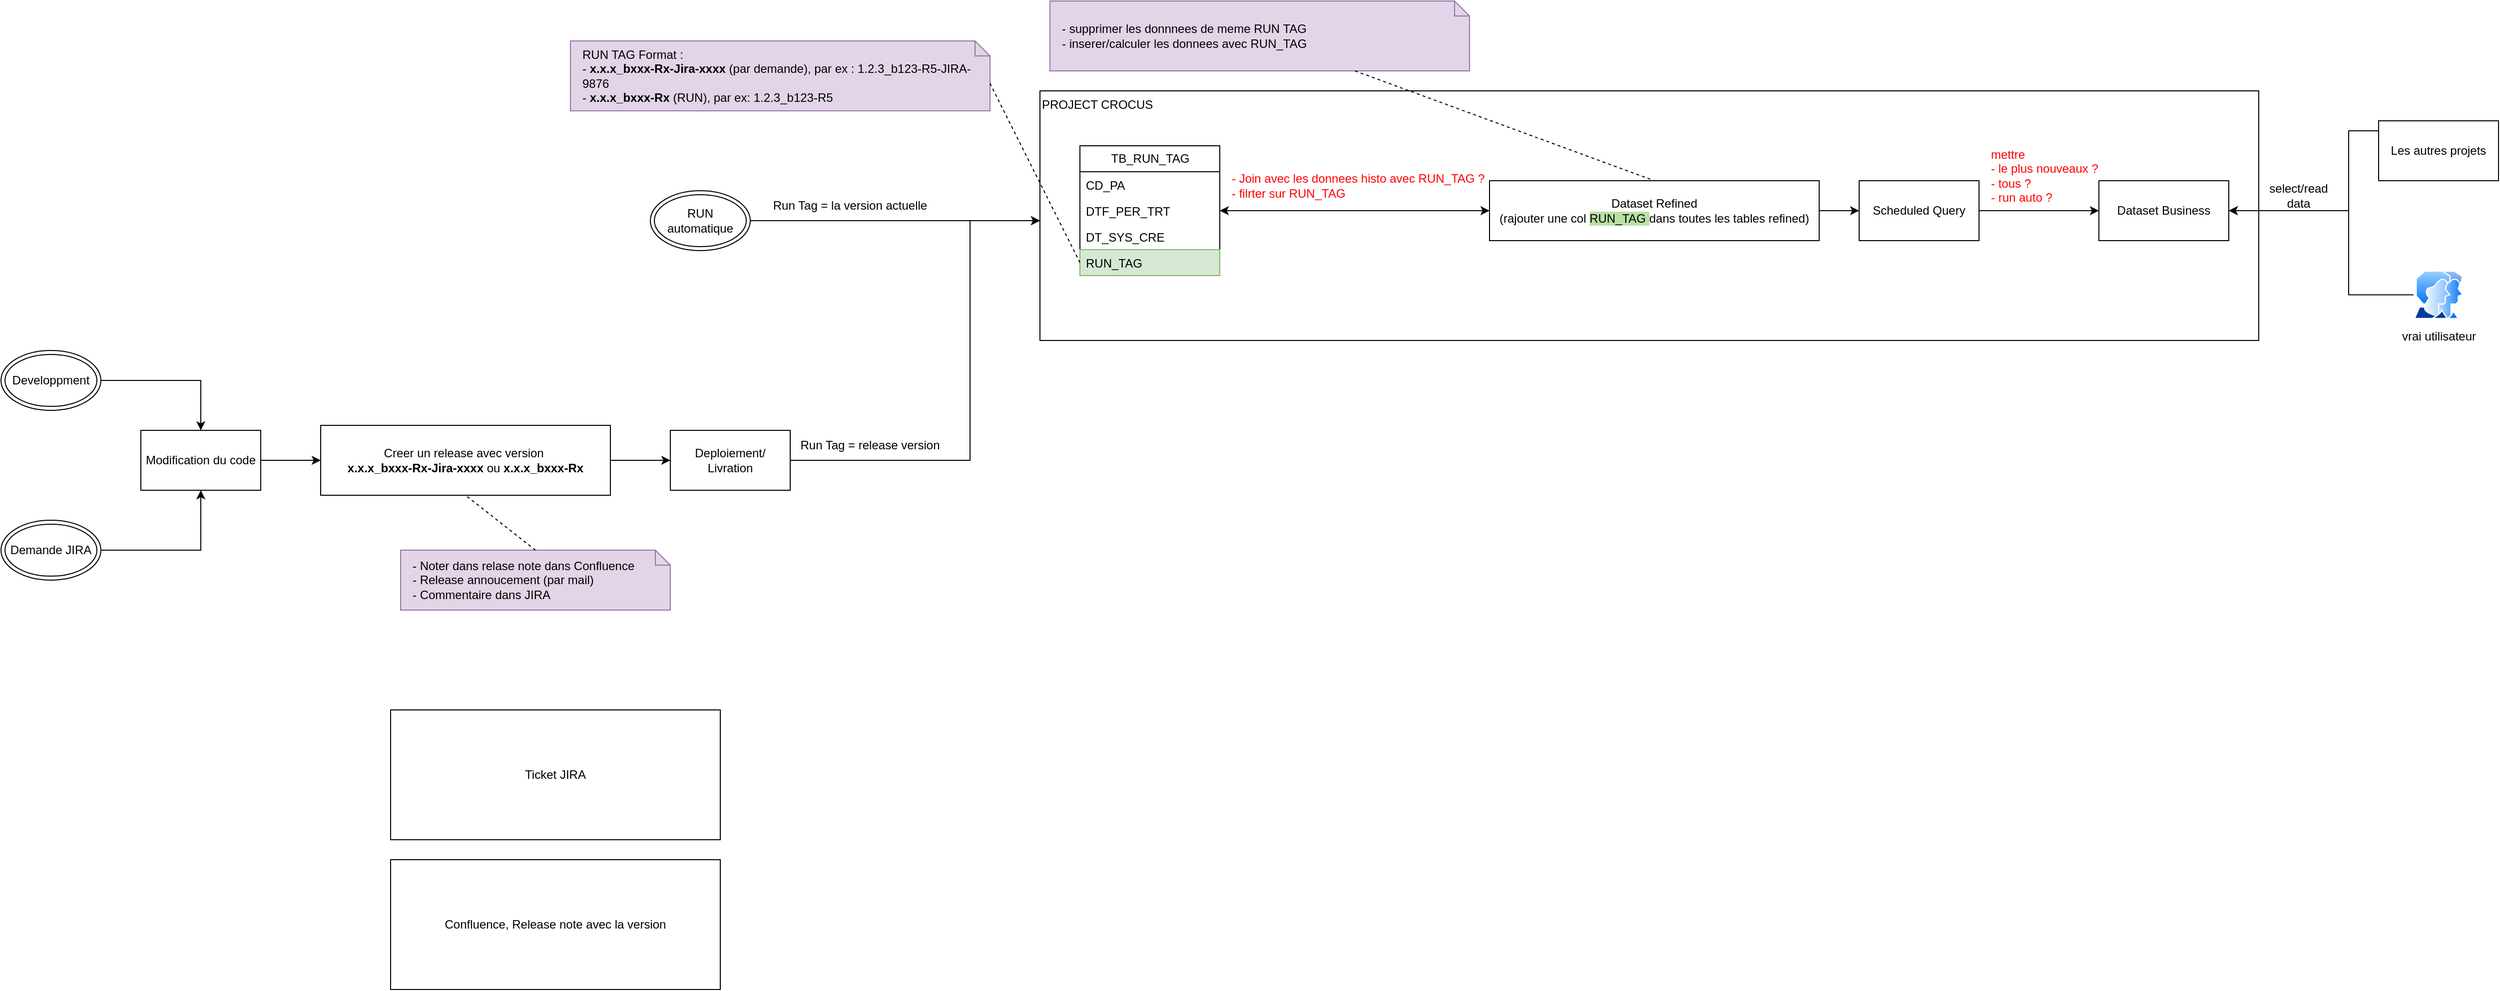
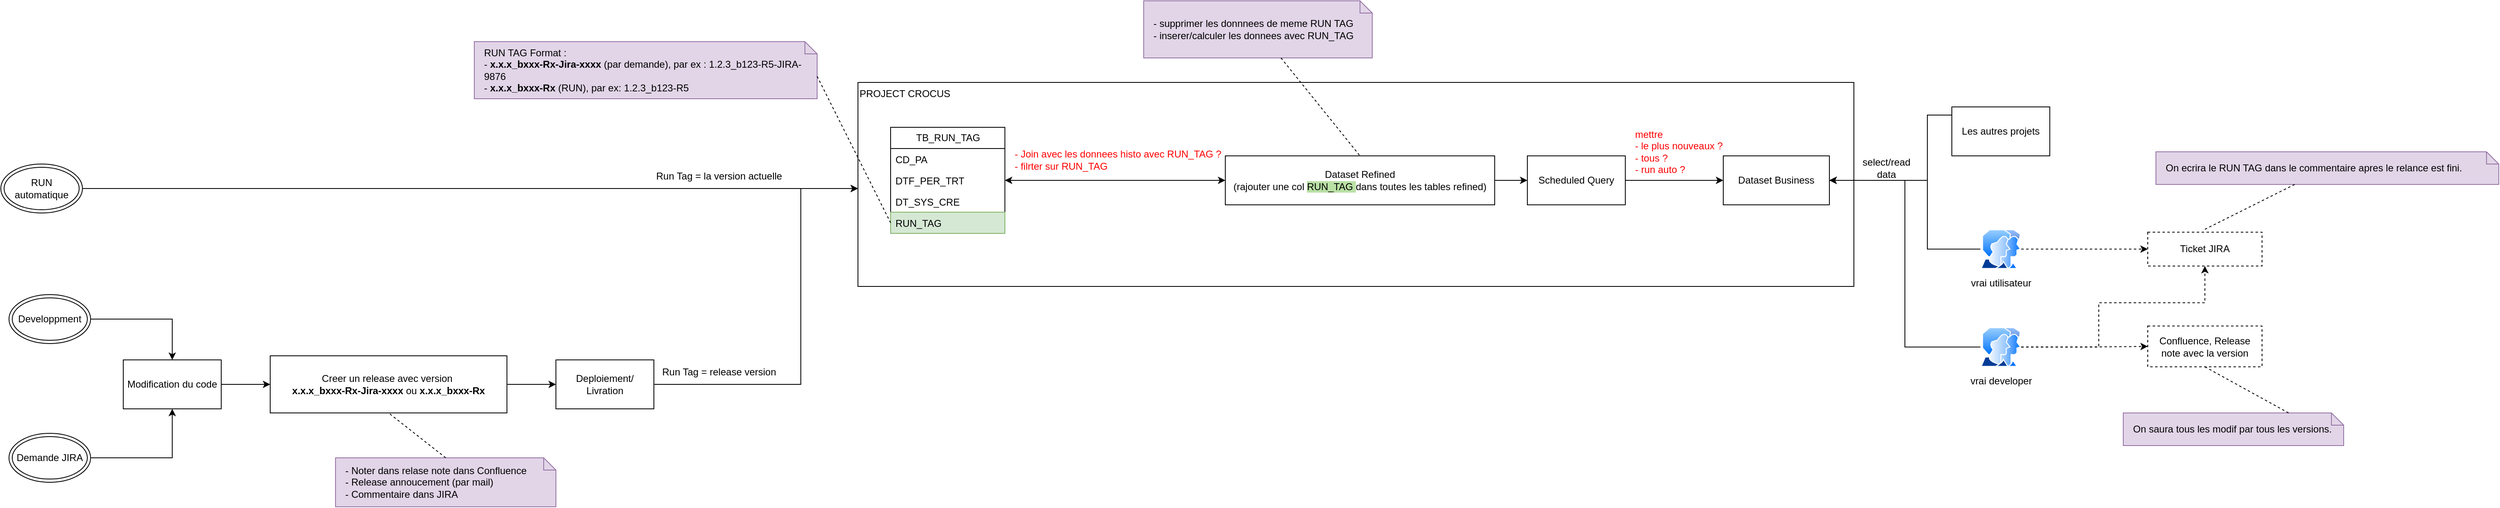
<mxfile host="app.diagrams.net">
  <diagram name="Page-1" id="bEAYSmEDHXBXhFzCy1HB">
-     <mxGraphModel dx="3234" dy="1301" grid="1" gridSize="10" guides="1" tooltips="1" connect="1" arrows="1" fold="1" page="1" pageScale="1" pageWidth="827" pageHeight="1169" math="0" shadow="0">
+     <mxGraphModel dx="2873" dy="1106" grid="1" gridSize="10" guides="1" tooltips="1" connect="1" arrows="1" fold="1" page="1" pageScale="1" pageWidth="827" pageHeight="1169" math="0" shadow="0">
      <root>
        <mxCell id="0" />
        <mxCell id="1" parent="0" />
        <mxCell id="QUzsFoNl6aFI_2ed8XXq-13" parent="1" style="rounded=0;whiteSpace=wrap;html=1;align=left;verticalAlign=top;" value="PROJECT CROCUS" vertex="1">
          <mxGeometry height="250" width="1220" x="380" y="140" as="geometry" />
        </mxCell>
        <mxCell id="QUzsFoNl6aFI_2ed8XXq-1" parent="1" style="swimlane;fontStyle=0;childLayout=stackLayout;horizontal=1;startSize=26;fillColor=none;horizontalStack=0;resizeParent=1;resizeParentMax=0;resizeLast=0;collapsible=1;marginBottom=0;html=1;" value="TB_RUN_TAG" vertex="1">
          <mxGeometry height="130" width="140" x="420" y="195" as="geometry" />
        </mxCell>
        <mxCell id="QUzsFoNl6aFI_2ed8XXq-2" parent="QUzsFoNl6aFI_2ed8XXq-1" style="text;strokeColor=none;fillColor=none;align=left;verticalAlign=top;spacingLeft=4;spacingRight=4;overflow=hidden;rotatable=0;points=[[0,0.5],[1,0.5]];portConstraint=eastwest;whiteSpace=wrap;html=1;" value="CD_PA" vertex="1">
          <mxGeometry height="26" width="140" y="26" as="geometry" />
        </mxCell>
        <mxCell id="QUzsFoNl6aFI_2ed8XXq-3" parent="QUzsFoNl6aFI_2ed8XXq-1" style="text;strokeColor=none;fillColor=none;align=left;verticalAlign=top;spacingLeft=4;spacingRight=4;overflow=hidden;rotatable=0;points=[[0,0.5],[1,0.5]];portConstraint=eastwest;whiteSpace=wrap;html=1;" value="DTF_PER_TRT" vertex="1">
          <mxGeometry height="26" width="140" y="52" as="geometry" />
        </mxCell>
        <mxCell id="QUzsFoNl6aFI_2ed8XXq-4" parent="QUzsFoNl6aFI_2ed8XXq-1" style="text;strokeColor=none;fillColor=none;align=left;verticalAlign=top;spacingLeft=4;spacingRight=4;overflow=hidden;rotatable=0;points=[[0,0.5],[1,0.5]];portConstraint=eastwest;whiteSpace=wrap;html=1;" value="DT_SYS_CRE" vertex="1">
          <mxGeometry height="26" width="140" y="78" as="geometry" />
        </mxCell>
        <mxCell id="QUzsFoNl6aFI_2ed8XXq-5" parent="QUzsFoNl6aFI_2ed8XXq-1" style="text;strokeColor=#82b366;fillColor=#d5e8d4;align=left;verticalAlign=top;spacingLeft=4;spacingRight=4;overflow=hidden;rotatable=0;points=[[0,0.5],[1,0.5]];portConstraint=eastwest;whiteSpace=wrap;html=1;" value="RUN_TAG" vertex="1">
          <mxGeometry height="26" width="140" y="104" as="geometry" />
        </mxCell>
        <mxCell id="QUzsFoNl6aFI_2ed8XXq-7" parent="1" style="shape=note;size=15;align=left;spacingLeft=10;html=1;whiteSpace=wrap;fillColor=#e1d5e7;strokeColor=#9673a6;" value="RUN TAG Format :&amp;nbsp;&lt;div&gt;- &lt;b&gt;x.x.x_bxxx-Rx-Jira-xxxx&lt;/b&gt; (par demande), par ex : 1.2.3_b123-R5-JIRA-9876&lt;/div&gt;&lt;div&gt;-&lt;b&gt; x.x.x_bxxx-Rx&lt;/b&gt; (RUN), par ex: 1.2.3_b123-R5&lt;/div&gt;" vertex="1">
          <mxGeometry height="70" width="420" x="-90" y="90" as="geometry" />
        </mxCell>
        <mxCell id="QUzsFoNl6aFI_2ed8XXq-8" edge="1" parent="1" source="QUzsFoNl6aFI_2ed8XXq-7" style="edgeStyle=none;endArrow=none;exitX=0;exitY=0;dashed=1;html=1;rounded=0;entryX=0;entryY=0.5;entryDx=0;entryDy=0;exitDx=420;exitDy=42.5;exitPerimeter=0;" target="QUzsFoNl6aFI_2ed8XXq-5" value="">
          <mxGeometry relative="1" x="1" as="geometry">
            <mxPoint x="590" y="660" as="targetPoint" />
          </mxGeometry>
        </mxCell>
-         <mxCell id="QUzsFoNl6aFI_2ed8XXq-10" parent="1" style="rounded=0;whiteSpace=wrap;html=1;" value="Confluence, Release note avec la v&lt;span style=&quot;background-color: transparent; color: light-dark(rgb(0, 0, 0), rgb(255, 255, 255));&quot;&gt;ersion&lt;/span&gt;" vertex="1">
-           <mxGeometry height="130" width="330" x="-270" y="910" as="geometry" />
-         </mxCell>
-         <mxCell id="QUzsFoNl6aFI_2ed8XXq-11" parent="1" style="rounded=0;whiteSpace=wrap;html=1;" value="Ticket JIRA" vertex="1">
-           <mxGeometry height="130" width="330" x="-270" y="760" as="geometry" />
+         <mxCell id="QUzsFoNl6aFI_2ed8XXq-10" parent="1" style="rounded=0;whiteSpace=wrap;html=1;dashed=1;" value="Confluence, Release note avec la v&lt;span style=&quot;background-color: transparent; color: light-dark(rgb(0, 0, 0), rgb(255, 255, 255));&quot;&gt;ersion&lt;/span&gt;" vertex="1">
+           <mxGeometry height="50" width="140" x="1960" y="438.5" as="geometry" />
+         </mxCell>
+         <mxCell id="QUzsFoNl6aFI_2ed8XXq-11" parent="1" style="rounded=0;whiteSpace=wrap;html=1;dashed=1;" value="Ticket JIRA" vertex="1">
+           <mxGeometry height="41.5" width="140" x="1960" y="323.5" as="geometry" />
        </mxCell>
        <mxCell id="QUzsFoNl6aFI_2ed8XXq-42" edge="1" parent="1" source="QUzsFoNl6aFI_2ed8XXq-12" style="edgeStyle=orthogonalEdgeStyle;rounded=0;orthogonalLoop=1;jettySize=auto;html=1;entryX=1;entryY=0.5;entryDx=0;entryDy=0;startArrow=classic;startFill=1;" target="QUzsFoNl6aFI_2ed8XXq-3">
          <mxGeometry relative="1" as="geometry" />
        </mxCell>
        <mxCell id="QUzsFoNl6aFI_2ed8XXq-50" edge="1" parent="1" source="QUzsFoNl6aFI_2ed8XXq-12" style="edgeStyle=orthogonalEdgeStyle;rounded=0;orthogonalLoop=1;jettySize=auto;html=1;" target="QUzsFoNl6aFI_2ed8XXq-46">
          <mxGeometry relative="1" as="geometry">
            <Array as="points" />
          </mxGeometry>
        </mxCell>
        <mxCell id="QUzsFoNl6aFI_2ed8XXq-12" parent="1" style="rounded=0;whiteSpace=wrap;html=1;" value="Dataset Refined&lt;div&gt;(rajouter une col &lt;span style=&quot;background-color: rgb(185, 224, 165);&quot;&gt;RUN_TAG &lt;/span&gt;dans toutes les tables refined)&lt;/div&gt;" vertex="1">
          <mxGeometry height="60" width="330" x="830" y="230" as="geometry" />
        </mxCell>
        <mxCell id="QUzsFoNl6aFI_2ed8XXq-27" edge="1" parent="1" source="QUzsFoNl6aFI_2ed8XXq-33" style="edgeStyle=orthogonalEdgeStyle;rounded=0;orthogonalLoop=1;jettySize=auto;html=1;entryX=0.5;entryY=0;entryDx=0;entryDy=0;" target="QUzsFoNl6aFI_2ed8XXq-23">
          <mxGeometry relative="1" as="geometry">
            <mxPoint x="-760" y="325" as="sourcePoint" />
          </mxGeometry>
        </mxCell>
        <mxCell id="QUzsFoNl6aFI_2ed8XXq-29" edge="1" parent="1" source="QUzsFoNl6aFI_2ed8XXq-34" style="edgeStyle=orthogonalEdgeStyle;rounded=0;orthogonalLoop=1;jettySize=auto;html=1;entryX=0.5;entryY=1;entryDx=0;entryDy=0;" target="QUzsFoNl6aFI_2ed8XXq-23">
          <mxGeometry relative="1" as="geometry">
            <mxPoint x="-820" y="785" as="sourcePoint" />
          </mxGeometry>
        </mxCell>
        <mxCell id="QUzsFoNl6aFI_2ed8XXq-19" parent="1" style="text;html=1;whiteSpace=wrap;strokeColor=none;fillColor=none;align=center;verticalAlign=middle;rounded=0;" value="Run Tag = la version actuelle" vertex="1">
-           <mxGeometry height="30" width="200" x="90" y="240" as="geometry" />
+           <mxGeometry height="30" width="200" x="110" y="240" as="geometry" />
        </mxCell>
        <mxCell id="QUzsFoNl6aFI_2ed8XXq-28" edge="1" parent="1" source="QUzsFoNl6aFI_2ed8XXq-23" style="edgeStyle=orthogonalEdgeStyle;rounded=0;orthogonalLoop=1;jettySize=auto;html=1;" target="QUzsFoNl6aFI_2ed8XXq-25">
          <mxGeometry relative="1" as="geometry" />
        </mxCell>
        <mxCell id="QUzsFoNl6aFI_2ed8XXq-23" parent="1" style="rounded=0;whiteSpace=wrap;html=1;" value="Modification du code" vertex="1">
          <mxGeometry height="60" width="120" x="-520" y="480" as="geometry" />
        </mxCell>
        <mxCell id="QUzsFoNl6aFI_2ed8XXq-31" edge="1" parent="1" source="QUzsFoNl6aFI_2ed8XXq-24" style="edgeStyle=orthogonalEdgeStyle;rounded=0;orthogonalLoop=1;jettySize=auto;html=1;" target="QUzsFoNl6aFI_2ed8XXq-13">
          <mxGeometry relative="1" as="geometry">
            <Array as="points">
              <mxPoint x="310" y="510" />
              <mxPoint x="310" y="270" />
            </Array>
          </mxGeometry>
        </mxCell>
        <mxCell id="QUzsFoNl6aFI_2ed8XXq-24" parent="1" style="rounded=0;whiteSpace=wrap;html=1;" value="Deploiement/ Livration" vertex="1">
          <mxGeometry height="60" width="120" x="10" y="480" as="geometry" />
        </mxCell>
        <mxCell id="QUzsFoNl6aFI_2ed8XXq-30" edge="1" parent="1" source="QUzsFoNl6aFI_2ed8XXq-25" style="edgeStyle=orthogonalEdgeStyle;rounded=0;orthogonalLoop=1;jettySize=auto;html=1;entryX=0;entryY=0.5;entryDx=0;entryDy=0;" target="QUzsFoNl6aFI_2ed8XXq-24">
          <mxGeometry relative="1" as="geometry" />
        </mxCell>
        <mxCell id="QUzsFoNl6aFI_2ed8XXq-25" parent="1" style="rounded=0;whiteSpace=wrap;html=1;" value="Creer un release avec version&amp;nbsp;&lt;div&gt;&lt;span style=&quot;text-align: left;&quot;&gt;&lt;b&gt;x.x.x_bxxx-Rx-Jira-xxxx&lt;/b&gt; ou&amp;nbsp;&lt;/span&gt;&lt;span style=&quot;text-align: left;&quot;&gt;&lt;b&gt;x.x.x_bxxx-Rx&lt;/b&gt;&lt;/span&gt;&lt;/div&gt;" vertex="1">
          <mxGeometry height="70" width="290" x="-340" y="475" as="geometry" />
        </mxCell>
        <mxCell id="QUzsFoNl6aFI_2ed8XXq-33" parent="1" style="ellipse;shape=doubleEllipse;whiteSpace=wrap;html=1;" value="Developpment" vertex="1">
          <mxGeometry height="60" width="100" x="-660" y="400" as="geometry" />
        </mxCell>
        <mxCell id="QUzsFoNl6aFI_2ed8XXq-34" parent="1" style="ellipse;shape=doubleEllipse;whiteSpace=wrap;html=1;" value="Demande JIRA" vertex="1">
          <mxGeometry height="60" width="100" x="-660" y="570" as="geometry" />
        </mxCell>
        <mxCell id="QUzsFoNl6aFI_2ed8XXq-36" edge="1" parent="1" source="QUzsFoNl6aFI_2ed8XXq-35" style="edgeStyle=orthogonalEdgeStyle;rounded=0;orthogonalLoop=1;jettySize=auto;html=1;" target="QUzsFoNl6aFI_2ed8XXq-13">
          <mxGeometry relative="1" as="geometry">
            <Array as="points">
              <mxPoint x="40" y="270" />
              <mxPoint x="40" y="270" />
            </Array>
          </mxGeometry>
        </mxCell>
        <mxCell id="QUzsFoNl6aFI_2ed8XXq-35" parent="1" style="ellipse;shape=doubleEllipse;whiteSpace=wrap;html=1;" value="RUN automatique" vertex="1">
-           <mxGeometry height="60" width="100" x="-10" y="240" as="geometry" />
+           <mxGeometry height="60" width="100" x="-670" y="240" as="geometry" />
        </mxCell>
        <mxCell id="QUzsFoNl6aFI_2ed8XXq-37" parent="1" style="text;html=1;whiteSpace=wrap;strokeColor=none;fillColor=none;align=center;verticalAlign=middle;rounded=0;" value="Run Tag = release version" vertex="1">
          <mxGeometry height="30" width="200" x="110" y="480" as="geometry" />
        </mxCell>
        <mxCell id="QUzsFoNl6aFI_2ed8XXq-38" parent="1" style="shape=note;size=15;align=left;spacingLeft=10;html=1;whiteSpace=wrap;fillColor=#e1d5e7;strokeColor=#9673a6;" value="- Noter dans relase note dans Confluence&lt;div&gt;- Release annoucement (par mail)&lt;/div&gt;&lt;div&gt;- Commentaire dans JIRA&lt;/div&gt;" vertex="1">
          <mxGeometry height="60" width="270" x="-260" y="600" as="geometry" />
        </mxCell>
        <mxCell id="QUzsFoNl6aFI_2ed8XXq-39" edge="1" parent="1" source="QUzsFoNl6aFI_2ed8XXq-38" style="edgeStyle=none;endArrow=none;exitX=0.5;exitY=0;dashed=1;html=1;rounded=0;entryX=0.5;entryY=1;entryDx=0;entryDy=0;exitDx=0;exitDy=0;exitPerimeter=0;" target="QUzsFoNl6aFI_2ed8XXq-25" value="">
          <mxGeometry relative="1" x="1" as="geometry">
            <mxPoint x="710" y="660" as="sourcePoint" />
            <mxPoint x="762" y="510" as="targetPoint" />
          </mxGeometry>
        </mxCell>
        <mxCell id="QUzsFoNl6aFI_2ed8XXq-40" parent="1" style="shape=note;size=15;align=left;spacingLeft=10;html=1;whiteSpace=wrap;fillColor=#e1d5e7;strokeColor=#9673a6;" value="- supprimer les donnnees de meme RUN TAG&lt;div&gt;- inserer/calculer les donnees avec RUN_TAG&lt;/div&gt;" vertex="1">
-           <mxGeometry height="70" width="420" x="390" y="50" as="geometry" />
+           <mxGeometry height="70" width="280" x="730" y="40" as="geometry" />
        </mxCell>
        <mxCell id="QUzsFoNl6aFI_2ed8XXq-41" edge="1" parent="1" source="QUzsFoNl6aFI_2ed8XXq-40" style="edgeStyle=none;endArrow=none;dashed=1;html=1;rounded=0;entryX=0.5;entryY=0;entryDx=0;entryDy=0;" target="QUzsFoNl6aFI_2ed8XXq-12" value="">
          <mxGeometry relative="1" x="1" as="geometry">
            <mxPoint x="720" y="650" as="sourcePoint" />
            <mxPoint x="772" y="500" as="targetPoint" />
          </mxGeometry>
        </mxCell>
        <mxCell id="QUzsFoNl6aFI_2ed8XXq-43" parent="1" style="text;html=1;whiteSpace=wrap;strokeColor=none;fillColor=none;align=left;verticalAlign=middle;rounded=0;" value="&lt;font style=&quot;color: rgb(255, 0, 0);&quot;&gt;- Join avec les donnees histo avec RUN_TAG ?&lt;/font&gt;&lt;div&gt;&lt;font style=&quot;color: rgb(255, 0, 0);&quot;&gt;- filrter sur RUN_TAG&lt;/font&gt;&lt;/div&gt;" vertex="1">
          <mxGeometry height="30" width="270" x="570" y="220" as="geometry" />
        </mxCell>
        <mxCell id="QUzsFoNl6aFI_2ed8XXq-45" parent="1" style="rounded=0;whiteSpace=wrap;html=1;" value="Dataset Business" vertex="1">
          <mxGeometry height="60" width="130" x="1440" y="230" as="geometry" />
        </mxCell>
        <mxCell id="QUzsFoNl6aFI_2ed8XXq-48" edge="1" parent="1" source="QUzsFoNl6aFI_2ed8XXq-46" style="edgeStyle=orthogonalEdgeStyle;rounded=0;orthogonalLoop=1;jettySize=auto;html=1;" target="QUzsFoNl6aFI_2ed8XXq-45">
          <mxGeometry relative="1" as="geometry" />
        </mxCell>
        <mxCell id="QUzsFoNl6aFI_2ed8XXq-46" parent="1" style="rounded=0;whiteSpace=wrap;html=1;" value="Scheduled Query" vertex="1">
          <mxGeometry height="60" width="120" x="1200" y="230" as="geometry" />
        </mxCell>
        <mxCell id="QUzsFoNl6aFI_2ed8XXq-51" parent="1" style="text;html=1;whiteSpace=wrap;strokeColor=none;fillColor=none;align=left;verticalAlign=middle;rounded=0;fontColor=#FF0000;" value="mettre&amp;nbsp;&lt;div&gt;- le plus nouveaux ?&lt;/div&gt;&lt;div&gt;- tous ?&lt;/div&gt;&lt;div&gt;- run auto ?&lt;/div&gt;" vertex="1">
          <mxGeometry height="30" width="370" x="1330" y="210" as="geometry" />
        </mxCell>
        <mxCell id="QUzsFoNl6aFI_2ed8XXq-59" edge="1" parent="1" source="QUzsFoNl6aFI_2ed8XXq-52" style="edgeStyle=orthogonalEdgeStyle;rounded=0;orthogonalLoop=1;jettySize=auto;html=1;entryX=1;entryY=0.5;entryDx=0;entryDy=0;" target="QUzsFoNl6aFI_2ed8XXq-45">
          <mxGeometry relative="1" as="geometry">
            <Array as="points">
              <mxPoint x="1690" y="180" />
              <mxPoint x="1690" y="260" />
            </Array>
          </mxGeometry>
        </mxCell>
        <mxCell id="QUzsFoNl6aFI_2ed8XXq-52" parent="1" style="rounded=0;whiteSpace=wrap;html=1;" value="Les autres projets" vertex="1">
          <mxGeometry height="60" width="120" x="1720" y="170" as="geometry" />
        </mxCell>
        <mxCell id="QUzsFoNl6aFI_2ed8XXq-58" edge="1" parent="1" source="QUzsFoNl6aFI_2ed8XXq-57" style="edgeStyle=orthogonalEdgeStyle;rounded=0;orthogonalLoop=1;jettySize=auto;html=1;entryX=1;entryY=0.5;entryDx=0;entryDy=0;" target="QUzsFoNl6aFI_2ed8XXq-45">
          <mxGeometry relative="1" as="geometry">
            <Array as="points">
              <mxPoint x="1690" y="344" />
              <mxPoint x="1690" y="260" />
            </Array>
          </mxGeometry>
        </mxCell>
+         <mxCell id="QUzsFoNl6aFI_2ed8XXq-65" edge="1" parent="1" source="QUzsFoNl6aFI_2ed8XXq-57" style="edgeStyle=orthogonalEdgeStyle;rounded=0;orthogonalLoop=1;jettySize=auto;html=1;dashed=1;" target="QUzsFoNl6aFI_2ed8XXq-11">
+           <mxGeometry relative="1" as="geometry" />
+         </mxCell>
        <mxCell id="QUzsFoNl6aFI_2ed8XXq-57" parent="1" style="image;aspect=fixed;perimeter=ellipsePerimeter;html=1;align=center;shadow=0;dashed=0;spacingTop=3;image=img/lib/active_directory/user_accounts.svg;" value="vrai utilisateur" vertex="1">
          <mxGeometry height="48.5" width="50" x="1755" y="320" as="geometry" />
        </mxCell>
        <mxCell id="QUzsFoNl6aFI_2ed8XXq-60" parent="1" style="text;html=1;whiteSpace=wrap;strokeColor=none;fillColor=none;align=center;verticalAlign=middle;rounded=0;" value="select/read data" vertex="1">
          <mxGeometry height="30" width="60" x="1610" y="230" as="geometry" />
+         </mxCell>
+         <mxCell id="QUzsFoNl6aFI_2ed8XXq-63" edge="1" parent="1" source="QUzsFoNl6aFI_2ed8XXq-62" style="edgeStyle=orthogonalEdgeStyle;rounded=0;orthogonalLoop=1;jettySize=auto;html=1;entryX=1;entryY=0.5;entryDx=0;entryDy=0;" target="QUzsFoNl6aFI_2ed8XXq-45">
+           <mxGeometry relative="1" as="geometry" />
+         </mxCell>
+         <mxCell id="QUzsFoNl6aFI_2ed8XXq-66" edge="1" parent="1" source="QUzsFoNl6aFI_2ed8XXq-62" style="edgeStyle=orthogonalEdgeStyle;rounded=0;orthogonalLoop=1;jettySize=auto;html=1;dashed=1;" target="QUzsFoNl6aFI_2ed8XXq-10">
+           <mxGeometry relative="1" as="geometry" />
+         </mxCell>
+         <mxCell id="QUzsFoNl6aFI_2ed8XXq-68" edge="1" parent="1" source="QUzsFoNl6aFI_2ed8XXq-62" style="edgeStyle=orthogonalEdgeStyle;rounded=0;orthogonalLoop=1;jettySize=auto;html=1;entryX=0.5;entryY=1;entryDx=0;entryDy=0;dashed=1;" target="QUzsFoNl6aFI_2ed8XXq-11">
+           <mxGeometry relative="1" as="geometry">
+             <Array as="points">
+               <mxPoint x="1900" y="464" />
+               <mxPoint x="1900" y="410" />
+               <mxPoint x="2030" y="410" />
+             </Array>
+           </mxGeometry>
+         </mxCell>
+         <mxCell id="QUzsFoNl6aFI_2ed8XXq-62" parent="1" style="image;aspect=fixed;perimeter=ellipsePerimeter;html=1;align=center;shadow=0;dashed=0;spacingTop=3;image=img/lib/active_directory/user_accounts.svg;" value="vrai developer" vertex="1">
+           <mxGeometry height="48.5" width="50" x="1755" y="440" as="geometry" />
+         </mxCell>
+         <mxCell id="QUzsFoNl6aFI_2ed8XXq-69" parent="1" style="shape=note;size=15;align=left;spacingLeft=10;html=1;whiteSpace=wrap;fillColor=#e1d5e7;strokeColor=#9673a6;" value="On ecrira le RUN TAG dans le commentaire apres le relance est fini." vertex="1">
+           <mxGeometry height="40" width="420" x="1970" y="225" as="geometry" />
+         </mxCell>
+         <mxCell id="QUzsFoNl6aFI_2ed8XXq-70" edge="1" parent="1" source="QUzsFoNl6aFI_2ed8XXq-69" style="edgeStyle=none;endArrow=none;dashed=1;html=1;rounded=0;" value="">
+           <mxGeometry relative="1" x="1" as="geometry">
+             <mxPoint x="970" y="210" as="sourcePoint" />
+             <mxPoint x="2030" y="320" as="targetPoint" />
+           </mxGeometry>
+         </mxCell>
+         <mxCell id="QUzsFoNl6aFI_2ed8XXq-71" parent="1" style="shape=note;size=15;align=left;spacingLeft=10;html=1;whiteSpace=wrap;fillColor=#e1d5e7;strokeColor=#9673a6;" value="On saura tous les modif par tous les versions." vertex="1">
+           <mxGeometry height="40" width="270" x="1930" y="545" as="geometry" />
+         </mxCell>
+         <mxCell id="QUzsFoNl6aFI_2ed8XXq-72" edge="1" parent="1" source="QUzsFoNl6aFI_2ed8XXq-71" style="edgeStyle=none;endArrow=none;dashed=1;html=1;rounded=0;entryX=0.5;entryY=1;entryDx=0;entryDy=0;exitX=0;exitY=0;exitDx=202.5;exitDy=0;exitPerimeter=0;" target="QUzsFoNl6aFI_2ed8XXq-10" value="">
+           <mxGeometry relative="1" x="1" as="geometry">
+             <mxPoint x="2180" y="470" as="sourcePoint" />
+             <mxPoint x="2070" y="525" as="targetPoint" />
+           </mxGeometry>
        </mxCell>
      </root>
    </mxGraphModel>
  </diagram>
</mxfile>
